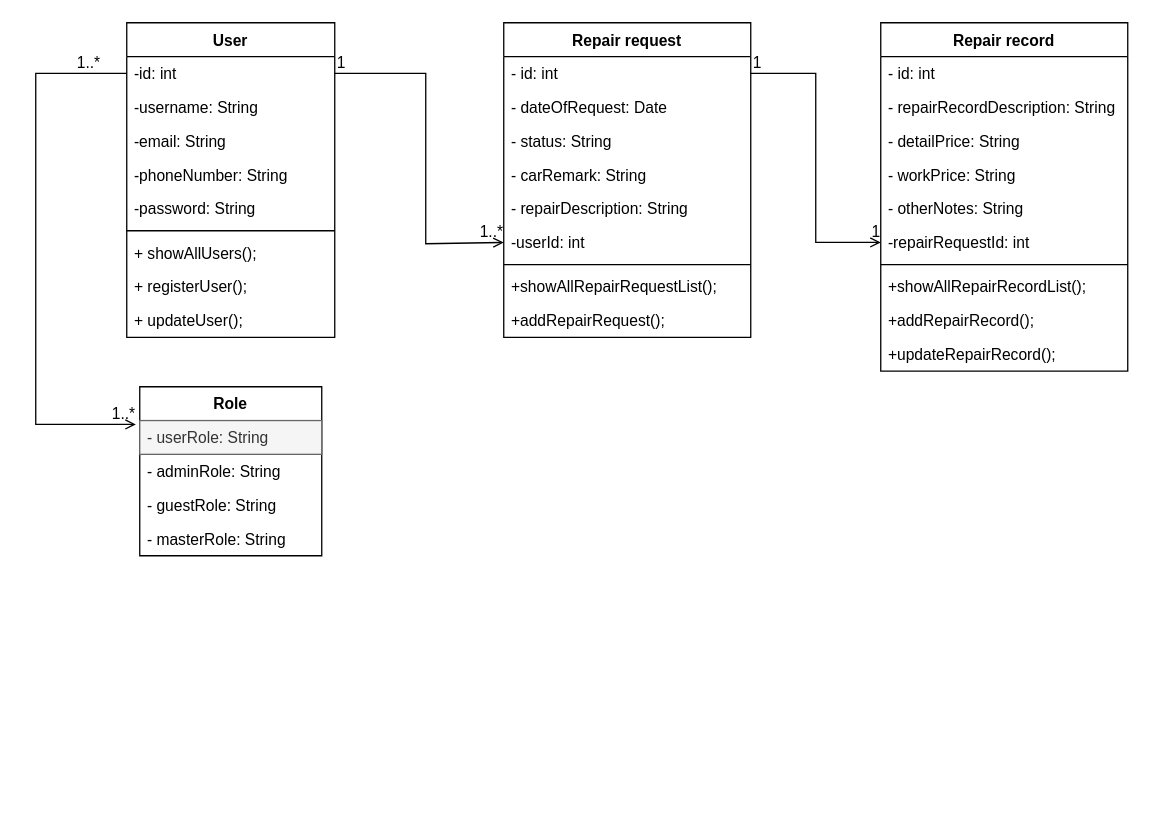
This is class diagram.drawio from MishaAvizhen/ServiceStation, a draw.io file, before an edit. Source tidied: cells renumbered, new cells numbered last; positions are measured from the earlier drawing's top-left corner, leaving out a move shared by most shapes. Both pictures are drawn from the tidied source at 130%, with x=0, y=0 at pixel (35, 22).
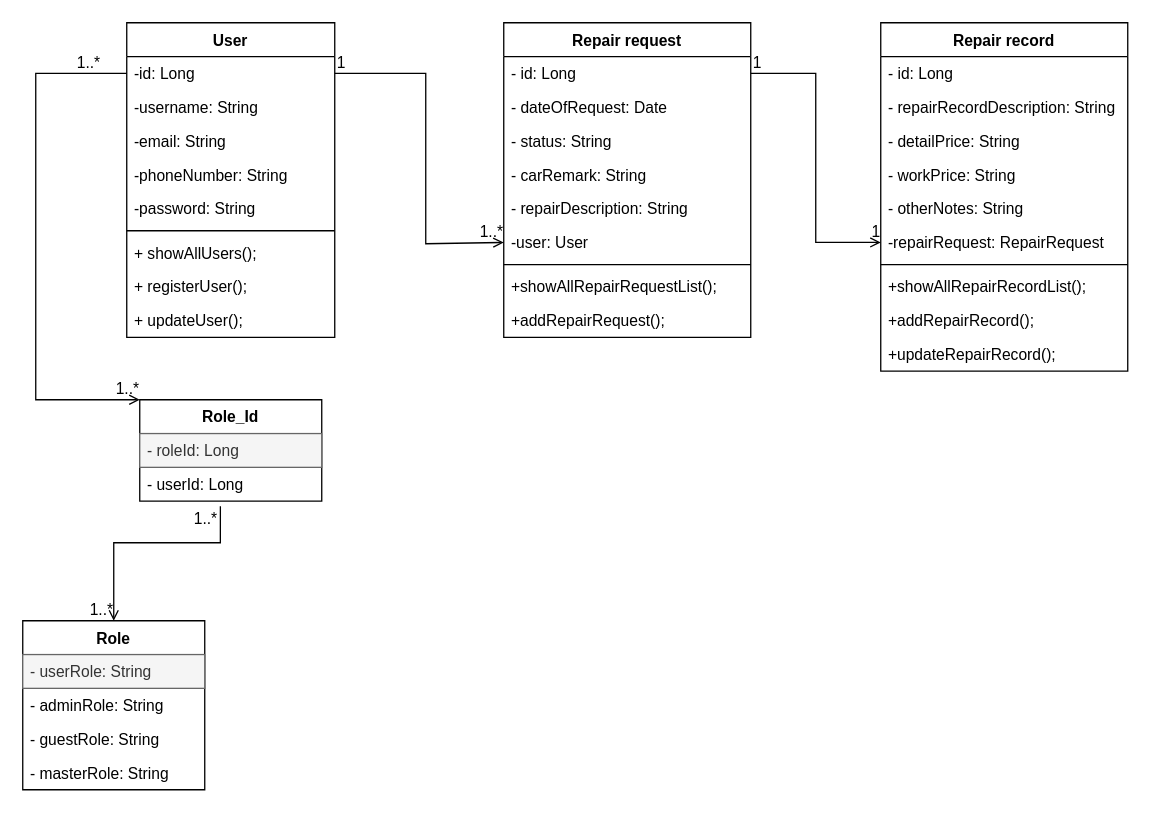
Above is the later version.

Unchanged cells that the change refers to:
```xml
<mxCell id="2" value="User" style="swimlane;fontStyle=1;align=center;verticalAlign=top;horizontal=1;startSize=26;" parent="1" vertex="1">
  <mxGeometry x="70" width="160" height="242" as="geometry" />
</mxCell>
<mxCell id="12" value="Repair record" style="swimlane;fontStyle=1;align=center;verticalAlign=top;horizontal=1;startSize=26;" parent="1" vertex="1">
  <mxGeometry x="650" width="190" height="268" as="geometry" />
</mxCell>
<mxCell id="23" value="Repair request" style="swimlane;fontStyle=1;align=center;verticalAlign=top;horizontal=1;startSize=26;" parent="1" vertex="1">
  <mxGeometry x="360" width="190" height="242" as="geometry" />
</mxCell>
```

The edit, as a diff of the source:
```diff
@@
-    <mxCell id="3" value="-id: int" style="text;strokeColor=none;fillColor=none;align=left;verticalAlign=top;spacingLeft=4;spacingRight=4;overflow=hidden;points=[[0,0.5],[1,0.5]];portConstraint=eastwest;" parent="2" vertex="1">
+    <mxCell id="3" value="-id: Long" style="text;strokeColor=none;fillColor=none;align=left;verticalAlign=top;spacingLeft=4;spacingRight=4;overflow=hidden;points=[[0,0.5],[1,0.5]];portConstraint=eastwest;" parent="2" vertex="1">
       <mxGeometry y="26" width="160" height="26" as="geometry" />
     </mxCell>
@@
-    <mxCell id="13" value="- id: int" style="text;strokeColor=none;fillColor=none;align=left;verticalAlign=top;spacingLeft=4;spacingRight=4;overflow=hidden;" parent="12" vertex="1">
+    <mxCell id="13" value="- id: Long" style="text;strokeColor=none;fillColor=none;align=left;verticalAlign=top;spacingLeft=4;spacingRight=4;overflow=hidden;" parent="12" vertex="1">
       <mxGeometry y="26" width="190" height="26" as="geometry" />
     </mxCell>
@@
-    <mxCell id="18" value="-repairRequestId: int" style="text;strokeColor=none;fillColor=none;align=left;verticalAlign=top;spacingLeft=4;spacingRight=4;overflow=hidden;points=[[0,0.5],[1,0.5]];portConstraint=eastwest;" parent="12" vertex="1">
+    <mxCell id="18" value="-repairRequest: RepairRequest" style="text;strokeColor=none;fillColor=none;align=left;verticalAlign=top;spacingLeft=4;spacingRight=4;overflow=hidden;points=[[0,0.5],[1,0.5]];portConstraint=eastwest;" parent="12" vertex="1">
       <mxGeometry y="156" width="190" height="26" as="geometry" />
     </mxCell>
@@
-    <mxCell id="24" value="- id: int" style="text;strokeColor=none;fillColor=none;align=left;verticalAlign=top;spacingLeft=4;spacingRight=4;overflow=hidden;points=[[0,0.5],[1,0.5]];portConstraint=eastwest;" parent="23" vertex="1">
+    <mxCell id="24" value="- id: Long" style="text;strokeColor=none;fillColor=none;align=left;verticalAlign=top;spacingLeft=4;spacingRight=4;overflow=hidden;points=[[0,0.5],[1,0.5]];portConstraint=eastwest;" parent="23" vertex="1">
       <mxGeometry y="26" width="190" height="26" as="geometry" />
     </mxCell>
@@
-    <mxCell id="29" value="-userId: int" style="text;strokeColor=none;fillColor=none;align=left;verticalAlign=top;spacingLeft=4;spacingRight=4;overflow=hidden;points=[[0,0.5],[1,0.5]];portConstraint=eastwest;" parent="23" vertex="1">
+    <mxCell id="29" value="-user: User" style="text;strokeColor=none;fillColor=none;align=left;verticalAlign=top;spacingLeft=4;spacingRight=4;overflow=hidden;points=[[0,0.5],[1,0.5]];portConstraint=eastwest;" parent="23" vertex="1">
       <mxGeometry y="156" width="190" height="26" as="geometry" />
     </mxCell>
@@
     <mxCell id="33" value="Role" style="swimlane;fontStyle=1;horizontal=1;startSize=26;fillColor=none;" parent="1" vertex="1">
-      <mxGeometry x="80" y="280" width="140" height="130" as="geometry" />
+      <mxGeometry x="-10" y="460" width="140" height="130" as="geometry" />
     </mxCell>
@@
-    <mxCell id="38" style="endArrow=open;html=1;rounded=0;align=center;verticalAlign=top;endFill=0;labelBackgroundColor=none;exitX=0;exitY=0.5;exitDx=0;exitDy=0;" parent="1" edge="1" source="3">
+    <mxCell id="38" style="endArrow=open;html=1;rounded=0;align=center;verticalAlign=top;endFill=0;labelBackgroundColor=none;exitX=0;exitY=0.5;exitDx=0;exitDy=0;entryX=0;entryY=0;entryDx=0;entryDy=0;" parent="1" edge="1" source="3" target="47">
       <mxGeometry relative="1" as="geometry">
-        <mxPoint x="77" y="309" as="targetPoint" />
         <Array as="points">
           <mxPoint y="39" />
-          <mxPoint y="309" />
+          <mxPoint y="290" />
         </Array>
       </mxGeometry>
     </mxCell>
@@
+    <mxCell id="47" value="Role_Id" style="swimlane;fontStyle=1;horizontal=1;startSize=26;fillColor=none;" parent="1" vertex="1">
+      <mxGeometry x="80" y="290" width="140" height="78" as="geometry" />
+    </mxCell>
+    <mxCell id="48" value="- roleId: Long" style="text;strokeColor=#666666;fillColor=#f5f5f5;align=left;verticalAlign=top;spacingLeft=4;spacingRight=4;overflow=hidden;fontColor=#333333;" parent="47" vertex="1">
+      <mxGeometry y="26" width="140" height="26" as="geometry" />
+    </mxCell>
+    <mxCell id="49" value="- userId: Long" style="text;strokeColor=none;fillColor=none;align=left;verticalAlign=top;spacingLeft=4;spacingRight=4;overflow=hidden;points=[[0,0.5],[1,0.5]];portConstraint=eastwest;" parent="47" vertex="1">
+      <mxGeometry y="52" width="140" height="26" as="geometry" />
+    </mxCell>
+    <mxCell id="50" style="html=1;align=right;verticalAlign=bottom;labelBackgroundColor=none;" parent="1" vertex="1">
+      <mxGeometry x="90" y="300" as="geometry">
+        <mxPoint x="54" y="83" as="offset" />
+      </mxGeometry>
+    </mxCell>
+    <mxCell id="51" style="html=1;align=right;verticalAlign=bottom;labelBackgroundColor=none;" parent="1" vertex="1">
+      <mxGeometry x="100" y="310" as="geometry">
+        <mxPoint x="-56" y="101" as="offset" />
+      </mxGeometry>
+    </mxCell>
+    <mxCell id="52" style="endArrow=open;html=1;rounded=0;align=center;verticalAlign=top;endFill=0;labelBackgroundColor=none;exitX=0.443;exitY=1.154;exitDx=0;exitDy=0;exitPerimeter=0;entryX=0.5;entryY=0;entryDx=0;entryDy=0;" parent="1" edge="1" source="49" target="33">
+      <mxGeometry relative="1" as="geometry">
+        <Array as="points">
+          <mxPoint x="142" y="400" />
+          <mxPoint x="60" y="400" />
+        </Array>
+      </mxGeometry>
+    </mxCell>
+    <mxCell id="53" value="1..*" style="html=1;align=left;verticalAlign=bottom;labelBackgroundColor=none;" parent="52" vertex="1">
+      <mxGeometry x="-1" relative="1" as="geometry">
+        <mxPoint x="-22" y="18" as="offset" />
+      </mxGeometry>
+    </mxCell>
+    <mxCell id="54" value="1..*" style="html=1;align=right;verticalAlign=bottom;labelBackgroundColor=none;" parent="52" vertex="1">
+      <mxGeometry x="1" relative="1" as="geometry" />
+    </mxCell>
```
